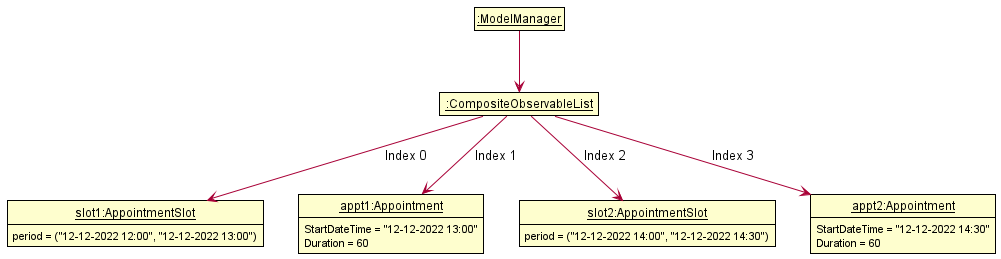
Above: docs/images/CompositeListObjectDiagram.png in nus-cs2103-AY2122S2/tp (PlantUML), before the change.
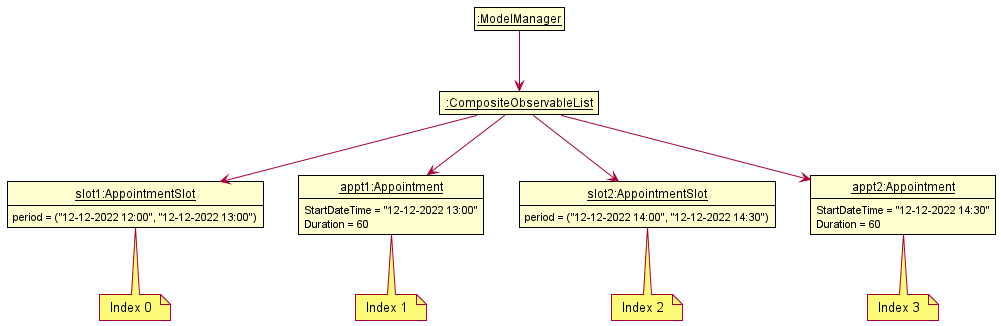
After the commit.

Commit message:
Fix questionable object diagram

What changed in the source:
```diff
@@ -13,30 +13,34 @@
 class "__slot1:AppointmentSlot__" as AppointmentSlot1 {
     period = ("12-12-2022 12:00", "12-12-2022 13:00")
 }
+note bottom: Index 0
 
 class "__slot2:AppointmentSlot__" as AppointmentSlot2 {
     period = ("12-12-2022 14:00", "12-12-2022 14:30")
 }
+note bottom: Index 2
 
 class "__appt1:Appointment__" as Appointment1 {
     StartDateTime = "12-12-2022 13:00"
     Duration = 60
 }
+note bottom: Index 1
 
 class "__appt2:Appointment__" as Appointment2 {
     StartDateTime = "12-12-2022 14:30"
     Duration = 60
 }
+note bottom: Index 3
 
 class "__:ModelManager__" as ModelManager {
 }
 
 ModelManager -down-> CompositeObservableList
 
-CompositeObservableList -down-> AppointmentSlot1 : Index 0
-CompositeObservableList -down-> Appointment1 : Index 1
-CompositeObservableList -down-> AppointmentSlot2 : Index 2
-CompositeObservableList -down-> Appointment2 : Index 3
+CompositeObservableList -down-> AppointmentSlot1
+CompositeObservableList -down-> Appointment1
+CompositeObservableList -down-> AppointmentSlot2
+CompositeObservableList -down-> Appointment2
 
 AppointmentSlot1 -[hidden]right-> Appointment1
 Appointment1 -[hidden]right-> AppointmentSlot2
```
